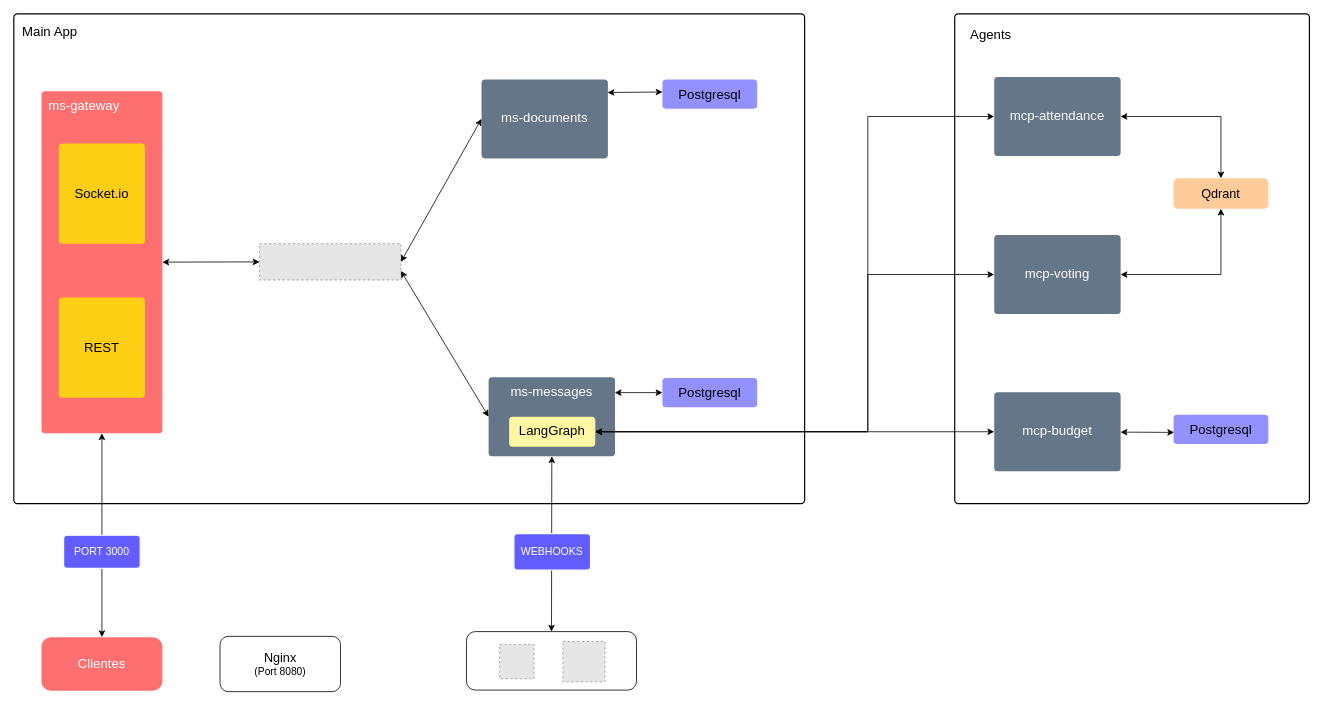
Earlier version of the draw.io diagram others/architecture/z_basic.drawio (NahumFGz/tesismaestriauni-launcher). Source tidied: cells renumbered, new cells numbered last; positions are measured from the earlier drawing's top-left corner, leaving out a move shared by most shapes. Both pictures are drawn from the tidied source at 79%, with x=0, y=0 at pixel (13, 13). Pictures stored in the file or linked from it are replaced by grey dashed boxes.
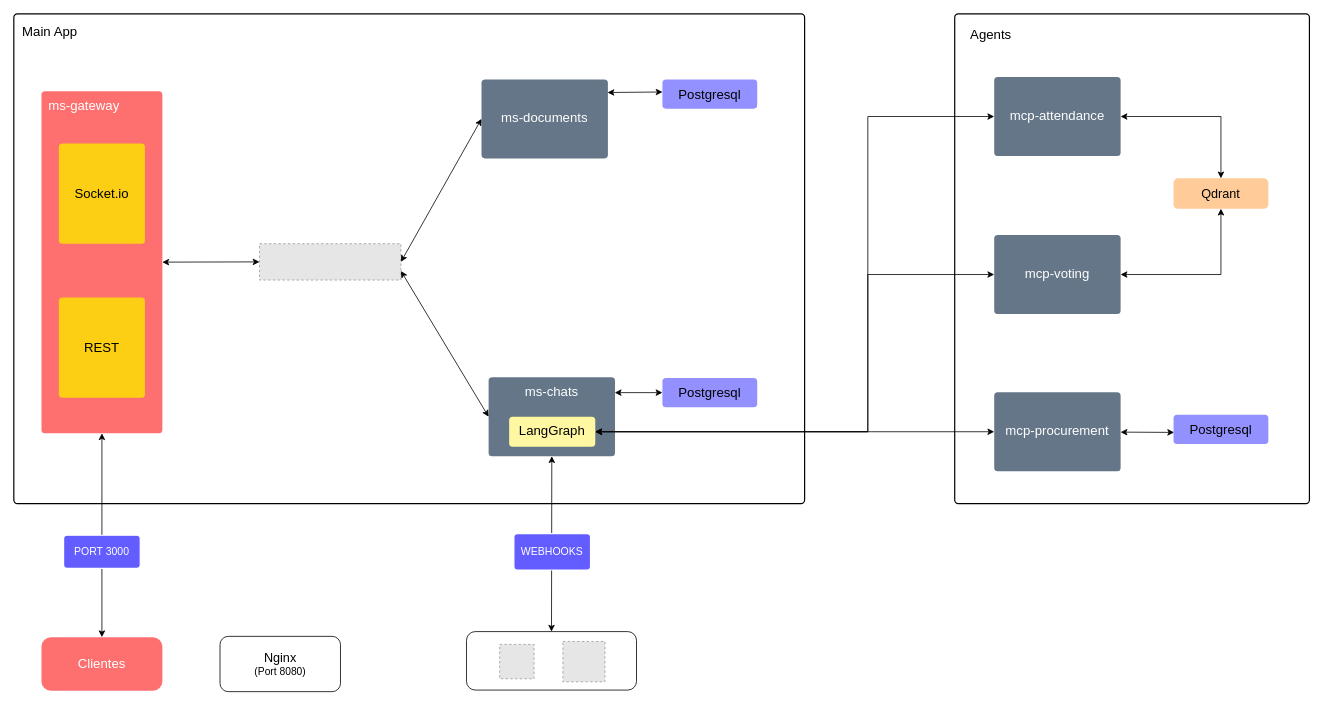
After the change.

What changed in the source:
```diff
@@
-    <mxCell id="12" value="ms-messages" style="html=1;overflow=block;blockSpacing=1;whiteSpace=wrap;fontSize=16.7;fontColor=#ffffff;fontStyle=0;align=center;spacing=9;verticalAlign=top;strokeOpacity=0;fillOpacity=100;rounded=1;absoluteArcSize=1;arcSize=9;fillColor=#647687;strokeWidth=1.5;lucidId=fALc.GhtOYFA;strokeColor=#314354;" parent="1" vertex="1">
+    <mxCell id="12" value="ms-chats" style="html=1;overflow=block;blockSpacing=1;whiteSpace=wrap;fontSize=16.7;fontColor=#ffffff;fontStyle=0;align=center;spacing=9;verticalAlign=top;strokeOpacity=0;fillOpacity=100;rounded=1;absoluteArcSize=1;arcSize=9;fillColor=#647687;strokeWidth=1.5;lucidId=fALc.GhtOYFA;strokeColor=#314354;" parent="1" vertex="1">
       <mxGeometry x="601" y="460" width="160" height="100" as="geometry" />
     </mxCell>
@@
-    <mxCell id="31" value="mcp-budget" style="html=1;overflow=block;blockSpacing=1;whiteSpace=wrap;fontSize=16.7;fontColor=#ffffff;fontStyle=0;align=center;spacing=9;verticalAlign=middle;strokeOpacity=0;fillOpacity=100;rounded=1;absoluteArcSize=1;arcSize=9;fillColor=#647687;strokeWidth=1.5;lucidId=zFLcMGYKQzSj;strokeColor=#314354;" parent="1" vertex="1">
+    <mxCell id="31" value="mcp-procurement" style="html=1;overflow=block;blockSpacing=1;whiteSpace=wrap;fontSize=16.7;fontColor=#ffffff;fontStyle=0;align=center;spacing=9;verticalAlign=middle;strokeOpacity=0;fillOpacity=100;rounded=1;absoluteArcSize=1;arcSize=9;fillColor=#647687;strokeWidth=1.5;lucidId=zFLcMGYKQzSj;strokeColor=#314354;" parent="1" vertex="1">
       <mxGeometry x="1241" y="479" width="160" height="100" as="geometry" />
     </mxCell>
```
